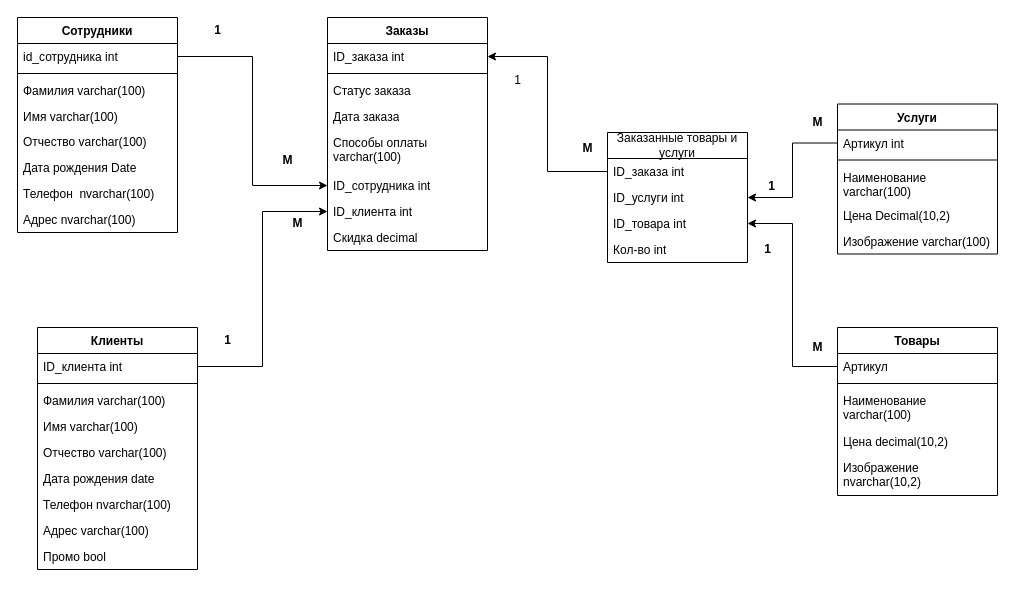
Lemetist/ERD keeps this draw.io diagram as Диаграмма без названия.drawio. Above is the earlier version. Source tidied: cells renumbered, new cells numbered last; positions are measured from the earlier drawing's top-left corner, leaving out a move shared by most shapes. Both pictures are drawn from the tidied source at 100%, with x=0, y=0 at pixel (17, 17).
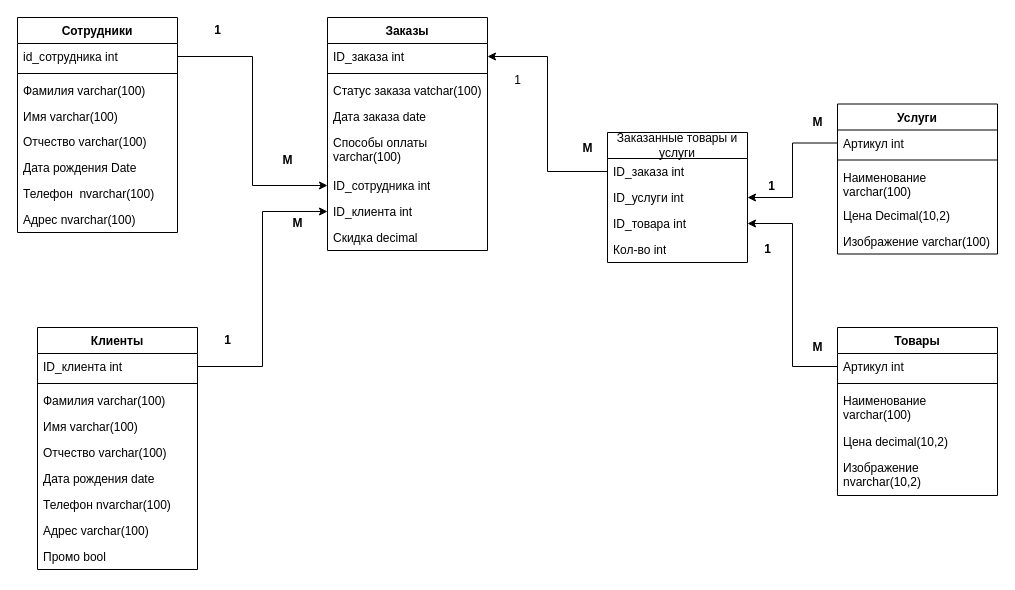
The same diagram, later.

Unchanged cells that the change refers to:
```xml
<mxCell id="2" value="Заказы" style="swimlane;fontStyle=1;align=center;verticalAlign=top;horizontal=1;startSize=26;whiteSpace=wrap;html=1;" parent="1" vertex="1">
  <mxGeometry x="310" width="160" height="233" as="geometry" />
</mxCell>
<mxCell id="11" value="Товары" style="swimlane;fontStyle=1;align=center;verticalAlign=top;horizontal=1;startSize=26;whiteSpace=wrap;html=1;" parent="1" vertex="1">
  <mxGeometry x="820" y="310" width="160" height="168" as="geometry" />
</mxCell>
```

The edit, as a diff of the source:
```diff
@@
-    <mxCell id="5" value="Статус заказа&amp;nbsp;" style="text;strokeColor=none;fillColor=none;align=left;verticalAlign=top;spacingLeft=4;spacingRight=4;overflow=hidden;whiteSpace=wrap;html=1;" parent="2" vertex="1">
+    <mxCell id="5" value="Статус заказа vatchar(100)" style="text;strokeColor=none;fillColor=none;align=left;verticalAlign=top;spacingLeft=4;spacingRight=4;overflow=hidden;whiteSpace=wrap;html=1;" parent="2" vertex="1">
       <mxGeometry y="60" width="160" height="26" as="geometry" />
     </mxCell>
-    <mxCell id="6" value="Дата заказа" style="text;strokeColor=none;fillColor=none;align=left;verticalAlign=top;spacingLeft=4;spacingRight=4;overflow=hidden;whiteSpace=wrap;html=1;" parent="2" vertex="1">
+    <mxCell id="6" value="Дата заказа date" style="text;strokeColor=none;fillColor=none;align=left;verticalAlign=top;spacingLeft=4;spacingRight=4;overflow=hidden;whiteSpace=wrap;html=1;" parent="2" vertex="1">
       <mxGeometry y="86" width="160" height="26" as="geometry" />
     </mxCell>
@@
-    <mxCell id="12" value="Артикул" style="text;strokeColor=none;fillColor=none;align=left;verticalAlign=top;spacingLeft=4;spacingRight=4;overflow=hidden;points=[[0,0.5],[1,0.5]];portConstraint=eastwest;whiteSpace=wrap;html=1;" parent="11" vertex="1">
+    <mxCell id="12" value="Артикул int" style="text;strokeColor=none;fillColor=none;align=left;verticalAlign=top;spacingLeft=4;spacingRight=4;overflow=hidden;points=[[0,0.5],[1,0.5]];portConstraint=eastwest;whiteSpace=wrap;html=1;" parent="11" vertex="1">
       <mxGeometry y="26" width="160" height="26" as="geometry" />
     </mxCell>
```
